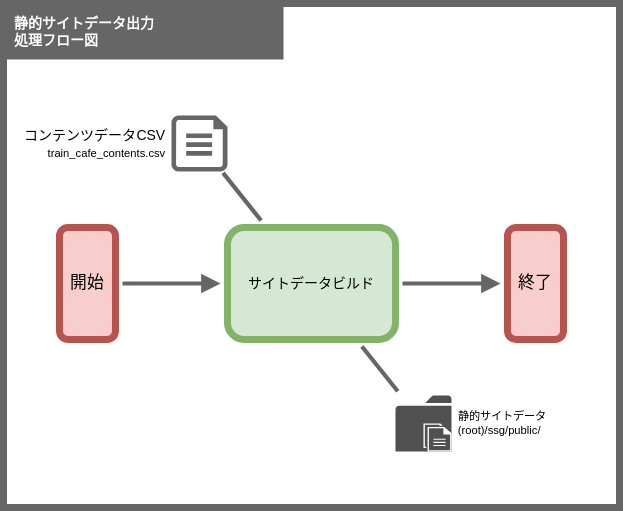
Earlier version of the draw.io export doc/201_設計/01510204_静的サイトデータ出力_処理フロー図.drawio.svg (take4bcreators/cafe-train-prj). Source tidied: cells renumbered, new cells last; positions are measured from the earlier drawing's top-left corner, leaving out a move shared by most shapes.
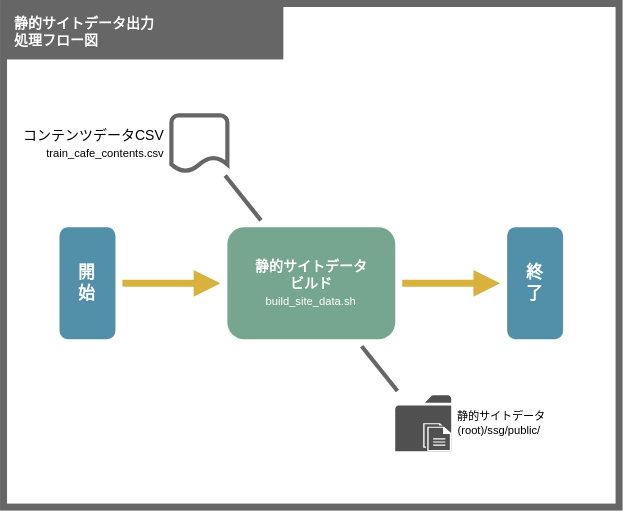
Above is the later version.

What changed in the source:
```diff
@@ -6,30 +6,9 @@
       <mxGeometry width="440" height="360" as="geometry" />
     </mxCell>
     <mxCell id="3" value="メイン" parent="0" />
-    <mxCell id="4" value="サイトデータビルド" style="rounded=1;whiteSpace=wrap;html=1;fillColor=#d5e8d4;strokeColor=#82b366;strokeWidth=5;fontSize=10;perimeterSpacing=5;" parent="3" vertex="1">
-      <mxGeometry x="160" y="160" width="120" height="80" as="geometry" />
-    </mxCell>
-    <mxCell id="5" style="edgeStyle=none;html=1;endArrow=block;endFill=1;strokeColor=#666666;strokeWidth=3;" parent="3" edge="1" source="6" target="4">
-      <mxGeometry relative="1" as="geometry" />
-    </mxCell>
-    <mxCell id="6" value="開始" style="rounded=1;whiteSpace=wrap;html=1;fillColor=#f8cecc;strokeColor=#b85450;strokeWidth=5;perimeterSpacing=5;" parent="3" vertex="1">
-      <mxGeometry x="40" y="160" width="40" height="80" as="geometry" />
-    </mxCell>
-    <mxCell id="7" style="edgeStyle=none;shape=connector;rounded=1;html=1;labelBackgroundColor=default;fontFamily=Helvetica;fontSize=11;fontColor=default;endArrow=none;endFill=0;strokeColor=#666666;strokeWidth=3;" parent="3" edge="1" source="11" target="4">
-      <mxGeometry relative="1" as="geometry" />
-    </mxCell>
-    <mxCell id="8" value="終了" style="rounded=1;whiteSpace=wrap;html=1;fillColor=#f8cecc;strokeColor=#b85450;strokeWidth=5;perimeterSpacing=5;" parent="3" vertex="1">
-      <mxGeometry x="360" y="160" width="40" height="80" as="geometry" />
-    </mxCell>
     <mxCell id="9" value="静的サイトデータ出力&lt;br&gt;処理フロー図" style="rounded=0;whiteSpace=wrap;html=1;fillColor=#666666;strokeColor=none;strokeWidth=5;fontSize=10;fontColor=#FFFFFF;align=left;spacingLeft=6;spacingRight=6;fontStyle=1;" parent="3" vertex="1">
       <mxGeometry width="200" height="40" as="geometry" />
     </mxCell>
-    <mxCell id="10" style="edgeStyle=none;html=1;endArrow=block;endFill=1;strokeColor=#666666;strokeWidth=3;" parent="3" edge="1" source="4" target="8">
-      <mxGeometry relative="1" as="geometry" />
-    </mxCell>
-    <mxCell id="11" value="コンテンツデータCSV&lt;br&gt;&lt;font style=&quot;text-align: left ; font-size: 8px&quot;&gt;train_cafe_contents.csv&lt;/font&gt;" style="verticalLabelPosition=middle;html=1;verticalAlign=middle;align=right;strokeColor=none;fillColor=#666666;shape=mxgraph.azure.cloud_services_configuration_file;labelPosition=left;spacingLeft=3;fontSize=10;spacingRight=3;perimeterSpacing=1;" parent="3" vertex="1">
-      <mxGeometry x="120" y="80" width="40" height="40" as="geometry" />
-    </mxCell>
     <mxCell id="12" value="静的サイトデータ&#10;(root)/ssg/public/" style="group;labelPosition=right;verticalLabelPosition=middle;align=left;verticalAlign=middle;spacingLeft=3;spacingRight=3;fontSize=8;perimeterSpacing=0;" parent="3" vertex="1">
       <mxGeometry x="280" y="280" width="40" height="40" as="geometry" />
     </mxCell>
@@ -39,8 +18,29 @@
     <mxCell id="14" style="sketch=0;shadow=0;dashed=0;html=1;strokeColor=none;fillColor=#FFFFFF;labelPosition=center;verticalLabelPosition=bottom;verticalAlign=top;align=center;shape=mxgraph.office.concepts.documents;" parent="12" vertex="1">
       <mxGeometry x="20" y="20" width="20" height="20" as="geometry" />
     </mxCell>
-    <mxCell id="15" style="edgeStyle=none;shape=connector;rounded=1;html=1;labelBackgroundColor=default;fontFamily=Helvetica;fontSize=11;fontColor=default;endArrow=none;endFill=0;strokeColor=#666666;strokeWidth=3;" parent="3" edge="1" source="4" target="13">
+    <mxCell id="15" style="edgeStyle=none;shape=connector;rounded=1;html=1;labelBackgroundColor=default;fontFamily=Helvetica;fontSize=11;fontColor=default;endArrow=none;endFill=0;strokeColor=#666666;strokeWidth=3;" parent="3" edge="1" source="17" target="13">
       <mxGeometry relative="1" as="geometry" />
     </mxCell>
+    <mxCell id="16" style="edgeStyle=none;shape=connector;rounded=1;html=1;labelBackgroundColor=default;fontFamily=Helvetica;fontSize=10;fontColor=default;startArrow=none;endArrow=block;endFill=1;strokeColor=#D9B23D;strokeWidth=5;" parent="3" edge="1" source="17" target="20">
+      <mxGeometry relative="1" as="geometry" />
+    </mxCell>
+    <mxCell id="17" value="&lt;div&gt;&lt;span&gt;&lt;b&gt;静的サイトデータ&lt;/b&gt;&lt;/span&gt;&lt;/div&gt;&lt;div&gt;&lt;span&gt;&lt;b&gt;ビルド&lt;/b&gt;&lt;/span&gt;&lt;/div&gt;&lt;span&gt;&lt;font style=&quot;font-size: 8px&quot;&gt;build_site_data.sh&lt;/font&gt;&lt;/span&gt;" style="rounded=1;whiteSpace=wrap;html=1;fillColor=#76A68F;strokeColor=none;strokeWidth=5;fontSize=10;perimeterSpacing=5;fontColor=#FFFFFF;align=center;" parent="3" vertex="1">
+      <mxGeometry x="160" y="160" width="120" height="80" as="geometry" />
+    </mxCell>
+    <mxCell id="18" style="edgeStyle=none;shape=connector;rounded=1;html=1;labelBackgroundColor=default;fontFamily=Helvetica;fontSize=10;fontColor=default;endArrow=block;endFill=1;strokeColor=#D9B23D;strokeWidth=5;startArrow=none;" parent="3" edge="1" source="19" target="17">
+      <mxGeometry relative="1" as="geometry" />
+    </mxCell>
+    <mxCell id="19" value="開&lt;br&gt;始" style="rounded=1;whiteSpace=wrap;html=1;fillColor=#528FA8;strokeColor=none;strokeWidth=5;perimeterSpacing=5;fontColor=#FFFFFF;fontStyle=1;" parent="3" vertex="1">
+      <mxGeometry x="40" y="160" width="40" height="80" as="geometry" />
+    </mxCell>
+    <mxCell id="20" value="終&lt;br&gt;了" style="rounded=1;whiteSpace=wrap;html=1;fillColor=#528FA8;strokeColor=none;strokeWidth=5;perimeterSpacing=5;fontColor=#FFFFFF;fontStyle=1;" parent="3" vertex="1">
+      <mxGeometry x="360" y="160" width="40" height="80" as="geometry" />
+    </mxCell>
+    <mxCell id="21" style="edgeStyle=none;shape=connector;rounded=1;html=1;labelBackgroundColor=default;fontFamily=Helvetica;fontSize=6;fontColor=default;endArrow=none;endFill=0;strokeColor=#666666;strokeWidth=3;" parent="3" edge="1" source="11" target="17">
+      <mxGeometry relative="1" as="geometry" />
+    </mxCell>
+    <mxCell id="11" value="&lt;span style=&quot;color: rgb(0 , 0 , 0)&quot;&gt;コンテンツデータCSV&lt;/span&gt;&lt;br style=&quot;color: rgb(0 , 0 , 0)&quot;&gt;&lt;font style=&quot;color: rgb(0 , 0 , 0) ; text-align: left ; font-size: 8px&quot;&gt;train_cafe_contents.csv&lt;/font&gt;" style="strokeWidth=3;html=1;shape=mxgraph.flowchart.document2;size=0.25;strokeColor=#666666;align=right;labelPosition=left;verticalLabelPosition=middle;verticalAlign=middle;fontSize=10;spacingTop=4;spacingBottom=4;spacingLeft=4;spacingRight=4;perimeterSpacing=3;fontColor=#333333;" parent="3" vertex="1">
+      <mxGeometry x="120" y="80" width="40" height="40" as="geometry" />
+    </mxCell>
   </root>
 </mxGraphModel>
```
